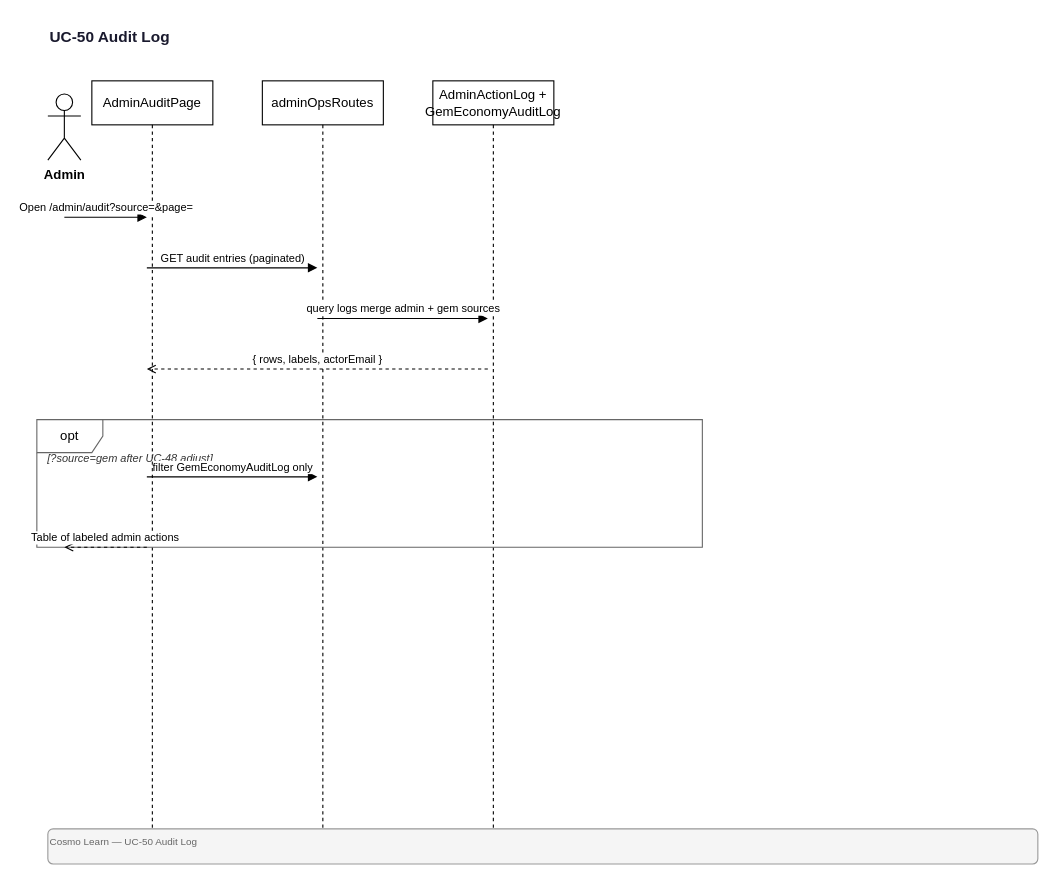
quangg1/ASTRO_EDU keeps this draw.io diagram as docs/diagrams/sequence/UC-50-Audit-Log.drawio. Above is the earlier version. Source tidied: cells renumbered, new cells numbered last; positions are measured from the earlier drawing's top-left corner, leaving out a move shared by most shapes. Both pictures are drawn from the tidied source at 110%, with x=0, y=0 at pixel (36, 19).
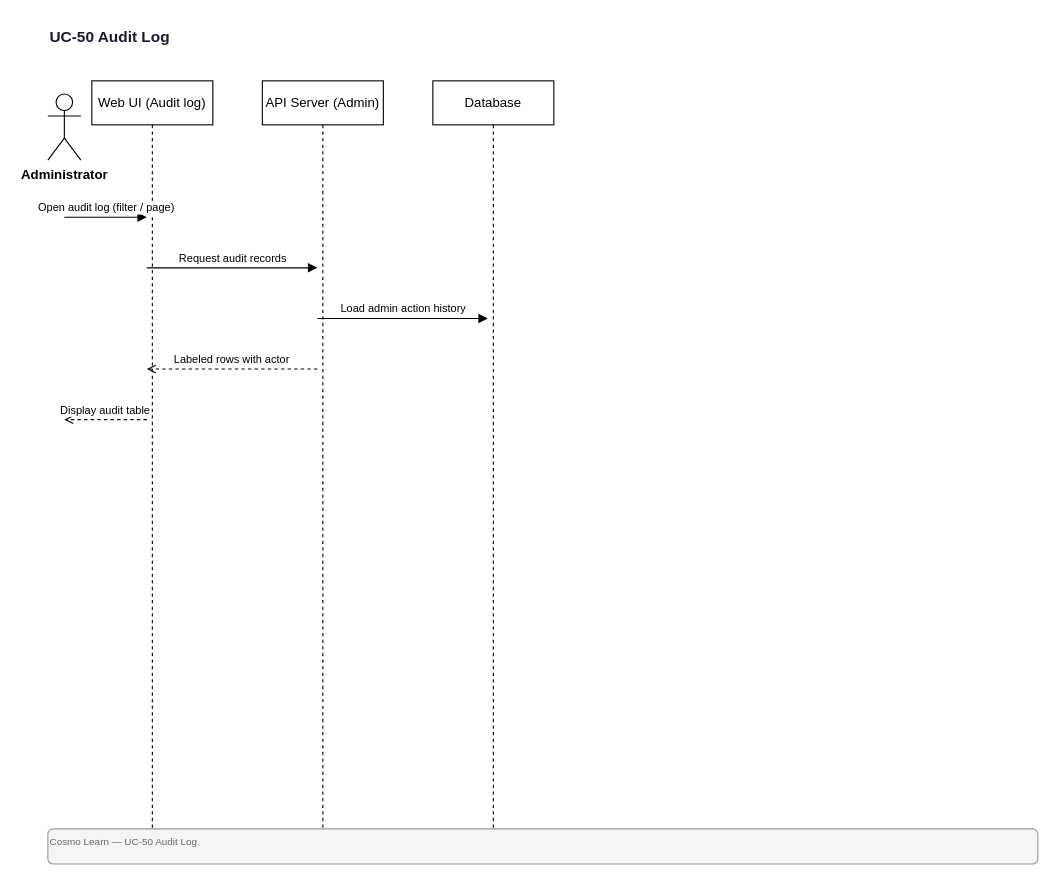
Above is the later version.

What changed in the source:
```diff
@@
-    <mxCell id="3" value="Admin" style="shape=umlActor;verticalLabelPosition=bottom;verticalAlign=top;html=1;fontSize=12;fontStyle=1;" parent="1" vertex="1">
+    <mxCell id="3" value="Administrator" style="shape=umlActor;verticalLabelPosition=bottom;verticalAlign=top;html=1;fontSize=12;fontStyle=1;" parent="1" vertex="1">
       <mxGeometry x="10" y="68" width="30" height="60" as="geometry" />
     </mxCell>
-    <mxCell id="4" value="AdminAuditPage" style="shape=umlLifeline;perimeter=lifelinePerimeter;whiteSpace=wrap;html=1;size=40;" parent="1" vertex="1">
-      <mxGeometry x="50" y="56" width="110" height="682" as="geometry" />
-    </mxCell>
-    <mxCell id="5" value="adminOpsRoutes" style="shape=umlLifeline;perimeter=lifelinePerimeter;whiteSpace=wrap;html=1;size=40;" parent="1" vertex="1">
-      <mxGeometry x="205" y="56" width="110" height="682" as="geometry" />
-    </mxCell>
+    <mxCell id="16" value="Web UI (Audit log)" style="shape=umlLifeline;perimeter=lifelinePerimeter;whiteSpace=wrap;html=1;size=40;" parent="1" vertex="1">
+      <mxGeometry x="50" y="56" width="110" height="682" as="geometry" />
+    </mxCell>
+    <mxCell id="17" value="API Server (Admin)" style="shape=umlLifeline;perimeter=lifelinePerimeter;whiteSpace=wrap;html=1;size=40;" parent="1" vertex="1">
+      <mxGeometry x="205" y="56" width="110" height="682" as="geometry" />
+    </mxCell>
-    <mxCell id="6" value="AdminActionLog + GemEconomyAuditLog" style="shape=umlLifeline;perimeter=lifelinePerimeter;whiteSpace=wrap;html=1;size=40;" parent="1" vertex="1">
+    <mxCell id="6" value="Database" style="shape=umlLifeline;perimeter=lifelinePerimeter;whiteSpace=wrap;html=1;size=40;" parent="1" vertex="1">
       <mxGeometry x="360" y="56" width="110" height="682" as="geometry" />
     </mxCell>
-    <mxCell id="7" value="Open /admin/audit?source=&amp;page=" style="endArrow=block;endFill=1;html=1;fontSize=10;verticalAlign=bottom;" parent="1" edge="1">
+    <mxCell id="7" value="Open audit log (filter / page)" style="endArrow=block;endFill=1;html=1;fontSize=10;verticalAlign=bottom;" parent="1" edge="1">
       <mxGeometry relative="1" as="geometry">
         <mxPoint x="25" y="180" as="sourcePoint" />
         <mxPoint x="100" y="180" as="targetPoint" />
       </mxGeometry>
     </mxCell>
-    <mxCell id="8" value="GET audit entries (paginated)" style="endArrow=block;endFill=1;html=1;fontSize=10;verticalAlign=bottom;" parent="1" edge="1">
+    <mxCell id="8" value="Request audit records" style="endArrow=block;endFill=1;html=1;fontSize=10;verticalAlign=bottom;" parent="1" edge="1">
       <mxGeometry relative="1" as="geometry">
         <mxPoint x="100" y="226" as="sourcePoint" />
         <mxPoint x="255" y="226" as="targetPoint" />
       </mxGeometry>
     </mxCell>
-    <mxCell id="9" value="query logs merge admin + gem sources" style="endArrow=block;endFill=1;html=1;fontSize=10;verticalAlign=bottom;" parent="1" edge="1">
+    <mxCell id="9" value="Load admin action history" style="endArrow=block;endFill=1;html=1;fontSize=10;verticalAlign=bottom;" parent="1" edge="1">
       <mxGeometry relative="1" as="geometry">
         <mxPoint x="255" y="272" as="sourcePoint" />
         <mxPoint x="410" y="272" as="targetPoint" />
       </mxGeometry>
     </mxCell>
-    <mxCell id="10" value="{ rows, labels, actorEmail }" style="endArrow=open;endFill=0;html=1;dashed=1;fontSize=10;verticalAlign=bottom;" parent="1" edge="1">
+    <mxCell id="10" value="Labeled rows with actor" style="endArrow=open;endFill=0;html=1;dashed=1;fontSize=10;verticalAlign=bottom;" parent="1" edge="1">
       <mxGeometry relative="1" as="geometry">
-        <mxPoint x="410" y="318" as="sourcePoint" />
+        <mxPoint x="255" y="318" as="sourcePoint" />
         <mxPoint x="100" y="318" as="targetPoint" />
       </mxGeometry>
     </mxCell>
-    <mxCell id="11" value="opt" style="shape=umlFrame;whiteSpace=wrap;html=1;fillColor=none;strokeColor=#666666;" parent="1" vertex="1">
-      <mxGeometry y="364" width="605" height="116" as="geometry" />
+    <mxCell id="11" value="Display audit table" style="endArrow=open;endFill=0;html=1;dashed=1;fontSize=10;verticalAlign=bottom;" parent="1" edge="1">
+      <mxGeometry relative="1" as="geometry">
+        <mxPoint x="100" y="364" as="sourcePoint" />
+        <mxPoint x="25" y="364" as="targetPoint" />
+      </mxGeometry>
     </mxCell>
-    <mxCell id="12" value="[?source=gem after UC-48 adjust]" style="text;html=1;strokeColor=none;fillColor=none;align=left;verticalAlign=middle;fontSize=10;fontStyle=2;fontColor=#333333;" parent="1" vertex="1">
-      <mxGeometry x="8" y="390" width="589" height="18" as="geometry" />
+    <mxCell id="12" value="Cosmo Learn — UC-50 Audit Log" style="text;html=1;strokeColor=#999;fillColor=#f5f5f5;align=left;verticalAlign=top;fontSize=9;fontColor=#666;rounded=1;" parent="1" vertex="1">
+      <mxGeometry x="10" y="736" width="900" height="32" as="geometry" />
     </mxCell>
-    <mxCell id="13" value="filter GemEconomyAuditLog only" style="endArrow=block;endFill=1;html=1;fontSize=10;verticalAlign=bottom;" parent="1" edge="1">
-      <mxGeometry relative="1" as="geometry">
-        <mxPoint x="100" y="416" as="sourcePoint" />
-        <mxPoint x="255" y="416" as="targetPoint" />
-      </mxGeometry>
-    </mxCell>
-    <mxCell id="14" value="Table of labeled admin actions" style="endArrow=open;endFill=0;html=1;dashed=1;fontSize=10;verticalAlign=bottom;" parent="1" edge="1">
-      <mxGeometry relative="1" as="geometry">
-        <mxPoint x="100" y="480" as="sourcePoint" />
-        <mxPoint x="25" y="480" as="targetPoint" />
-      </mxGeometry>
-    </mxCell>
-    <mxCell id="15" value="Cosmo Learn — UC-50 Audit Log" style="text;html=1;strokeColor=#999;fillColor=#f5f5f5;align=left;verticalAlign=top;fontSize=9;fontColor=#666;rounded=1;" parent="1" vertex="1">
-      <mxGeometry x="10" y="736" width="900" height="32" as="geometry" />
-    </mxCell>
```
